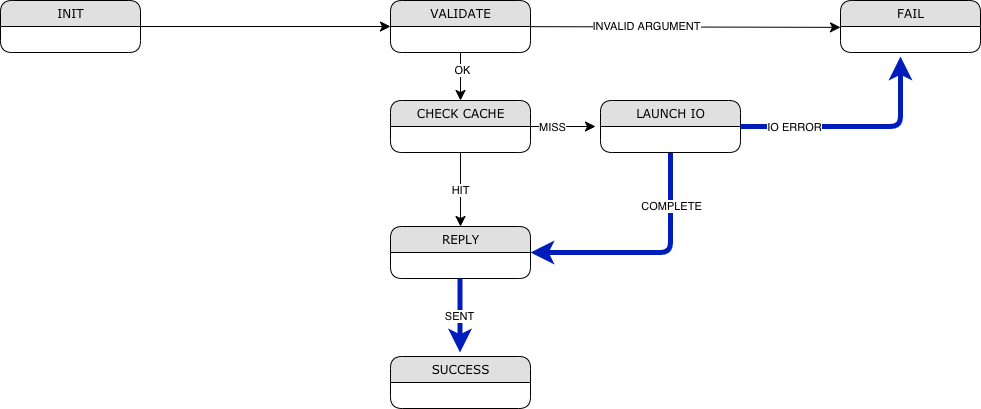
The draw.io diagram doc/sm/phase-diagram.png in Seagate/cortx-motr, before a commit. Source tidied: cells renumbered, new cells last; positions are measured from the earlier drawing's top-left corner, leaving out a move shared by most shapes. Its diagram source:
```xml
<mxGraphModel background="#ffffff">
  <root>
    <mxCell id="0" />
    <mxCell id="1" parent="0" />
    <mxCell id="2" style="edgeStyle=none;html=1;labelBackgroundColor=none;startFill=0;startSize=8;endFill=1;endSize=8;fontFamily=Verdana;fontSize=12;" parent="1" edge="1" target="7">
      <mxGeometry relative="1" as="geometry">
        <mxPoint x="140" y="26" as="sourcePoint" />
      </mxGeometry>
    </mxCell>
    <mxCell id="3" style="edgeStyle=none;html=1;labelBackgroundColor=none;startFill=0;startSize=8;endFill=1;endSize=8;fontFamily=Verdana;fontSize=12;" parent="1" edge="1" source="7">
      <mxGeometry relative="1" as="geometry">
        <mxPoint x="840" y="26.9" as="targetPoint" />
      </mxGeometry>
    </mxCell>
    <mxCell id="4" value="INVALID ARGUMENT" style="edgeLabel;html=1;align=center;verticalAlign=middle;" parent="3" vertex="1">
      <mxGeometry x="-0.26" y="1" relative="1" as="geometry" />
    </mxCell>
    <mxCell id="5" style="edgeStyle=none;html=1;labelBackgroundColor=none;startFill=0;startSize=8;endFill=1;endSize=8;fontFamily=Verdana;fontSize=12;" parent="1" edge="1" source="7" target="14">
      <mxGeometry relative="1" as="geometry" />
    </mxCell>
    <mxCell id="6" value="OK" style="edgeLabel;html=1;align=center;verticalAlign=middle;" parent="5" vertex="1">
      <mxGeometry x="-0.29" y="1" relative="1" as="geometry" />
    </mxCell>
    <mxCell id="7" value="VALIDATE" style="swimlane;html=1;fontStyle=0;horizontal=1;startSize=26;fillColor=#e0e0e0;swimlaneFillColor=#ffffff;align=center;rounded=1;shadow=0;comic=0;labelBackgroundColor=none;strokeWidth=1;fontFamily=Verdana;fontSize=12;" parent="1" vertex="1">
      <mxGeometry x="390" width="140" height="52" as="geometry" />
    </mxCell>
    <mxCell id="8" style="edgeStyle=orthogonalEdgeStyle;html=1;labelBackgroundColor=none;startFill=0;startSize=8;endFill=1;endSize=8;fontFamily=Verdana;fontSize=12;exitX=0.5;exitY=1;exitDx=0;exitDy=0;fontStyle=1;strokeWidth=5;fillColor=#0050ef;strokeColor=#001DBC;" parent="1" edge="1" source="15" target="16">
      <mxGeometry relative="1" as="geometry">
        <Array as="points">
          <mxPoint x="670" y="252" />
        </Array>
      </mxGeometry>
    </mxCell>
    <mxCell id="9" value="COMPLETE" style="edgeLabel;html=1;align=center;verticalAlign=middle;" parent="8" vertex="1">
      <mxGeometry x="-0.56" relative="1" as="geometry" />
    </mxCell>
    <mxCell id="10" style="edgeStyle=none;html=1;labelBackgroundColor=none;startFill=0;startSize=8;endFill=1;endSize=8;fontFamily=Verdana;fontSize=12;" parent="1" edge="1" source="14">
      <mxGeometry relative="1" as="geometry">
        <mxPoint x="595" y="126" as="targetPoint" />
      </mxGeometry>
    </mxCell>
    <mxCell id="11" value="MISS" style="edgeLabel;html=1;align=center;verticalAlign=middle;" parent="10" vertex="1">
      <mxGeometry x="-0.35" relative="1" as="geometry" />
    </mxCell>
    <mxCell id="12" style="edgeStyle=none;html=1;labelBackgroundColor=none;startFill=0;startSize=8;endFill=1;endSize=8;fontFamily=Verdana;fontSize=12;entryX=0.5;entryY=0;entryDx=0;entryDy=0;" parent="1" edge="1" source="14" target="16">
      <mxGeometry relative="1" as="geometry" />
    </mxCell>
    <mxCell id="13" value="HIT" style="edgeLabel;html=1;align=center;verticalAlign=middle;" parent="12" vertex="1">
      <mxGeometry x="-0.01" y="-1" relative="1" as="geometry" />
    </mxCell>
    <mxCell id="14" value="CHECK CACHE" style="swimlane;html=1;fontStyle=0;horizontal=1;startSize=26;fillColor=#e0e0e0;swimlaneFillColor=#ffffff;align=center;rounded=1;shadow=0;comic=0;labelBackgroundColor=none;strokeWidth=1;fontFamily=Verdana;fontSize=12;" parent="1" vertex="1">
      <mxGeometry x="390" y="100" width="140" height="52" as="geometry" />
    </mxCell>
    <mxCell id="15" value="LAUNCH IO" style="swimlane;html=1;fontStyle=0;horizontal=1;startSize=26;fillColor=#e0e0e0;swimlaneFillColor=#ffffff;align=center;rounded=1;shadow=0;comic=0;labelBackgroundColor=none;strokeWidth=1;fontFamily=Verdana;fontSize=12;" parent="1" vertex="1">
      <mxGeometry x="600" y="100" width="140" height="52" as="geometry" />
    </mxCell>
    <mxCell id="16" value="REPLY" style="swimlane;html=1;fontStyle=0;horizontal=1;startSize=26;fillColor=#e0e0e0;swimlaneFillColor=#ffffff;align=center;rounded=1;shadow=0;comic=0;labelBackgroundColor=none;strokeWidth=1;fontFamily=Verdana;fontSize=12;" parent="1" vertex="1">
      <mxGeometry x="390" y="226" width="140" height="52" as="geometry" />
    </mxCell>
    <mxCell id="17" style="edgeStyle=orthogonalEdgeStyle;html=1;labelBackgroundColor=none;startFill=0;startSize=8;endFill=1;endSize=8;fontFamily=Verdana;fontSize=12;exitX=1;exitY=0.5;exitDx=0;exitDy=0;fillColor=#0050ef;strokeWidth=5;strokeColor=#001DBC;" parent="1" edge="1" source="15">
      <mxGeometry relative="1" as="geometry">
        <mxPoint x="900" y="56" as="targetPoint" />
        <Array as="points">
          <mxPoint x="900" y="126" />
        </Array>
      </mxGeometry>
    </mxCell>
    <mxCell id="18" value="IO ERROR" style="edgeLabel;html=1;align=center;verticalAlign=middle;" parent="17" vertex="1">
      <mxGeometry x="-0.54" relative="1" as="geometry" />
    </mxCell>
    <mxCell id="19" value="INIT" style="swimlane;html=1;fontStyle=0;horizontal=1;startSize=26;fillColor=#e0e0e0;swimlaneFillColor=#ffffff;align=center;rounded=1;shadow=0;comic=0;labelBackgroundColor=none;strokeWidth=1;fontFamily=Verdana;fontSize=12;" parent="1" vertex="1">
      <mxGeometry width="140" height="52" as="geometry" />
    </mxCell>
    <mxCell id="20" value="FAIL" style="swimlane;html=1;fontStyle=0;horizontal=1;startSize=26;fillColor=#e0e0e0;swimlaneFillColor=#ffffff;align=center;rounded=1;shadow=0;comic=0;labelBackgroundColor=none;strokeWidth=1;fontFamily=Verdana;fontSize=12;" parent="1" vertex="1">
      <mxGeometry x="840" width="140" height="52" as="geometry" />
    </mxCell>
    <mxCell id="21" value="SUCCESS" style="swimlane;html=1;fontStyle=0;horizontal=1;startSize=26;fillColor=#e0e0e0;swimlaneFillColor=#ffffff;align=center;rounded=1;shadow=0;comic=0;labelBackgroundColor=none;strokeWidth=1;fontFamily=Verdana;fontSize=12;" parent="1" vertex="1">
      <mxGeometry x="390" y="356" width="140" height="52" as="geometry" />
    </mxCell>
    <mxCell id="22" style="edgeStyle=none;html=1;labelBackgroundColor=none;startFill=0;startSize=8;endFill=1;endSize=8;fontFamily=Verdana;fontSize=12;entryX=0.5;entryY=0;entryDx=0;entryDy=0;fillColor=#0050ef;strokeWidth=5;strokeColor=#001DBC;" parent="1" edge="1">
      <mxGeometry relative="1" as="geometry">
        <mxPoint x="459.5" y="278" as="sourcePoint" />
        <mxPoint x="459.5" y="352" as="targetPoint" />
      </mxGeometry>
    </mxCell>
    <mxCell id="23" value="SENT" style="edgeLabel;html=1;align=center;verticalAlign=middle;" parent="22" vertex="1">
      <mxGeometry x="-0.01" y="-1" relative="1" as="geometry" />
    </mxCell>
  </root>
</mxGraphModel>
```
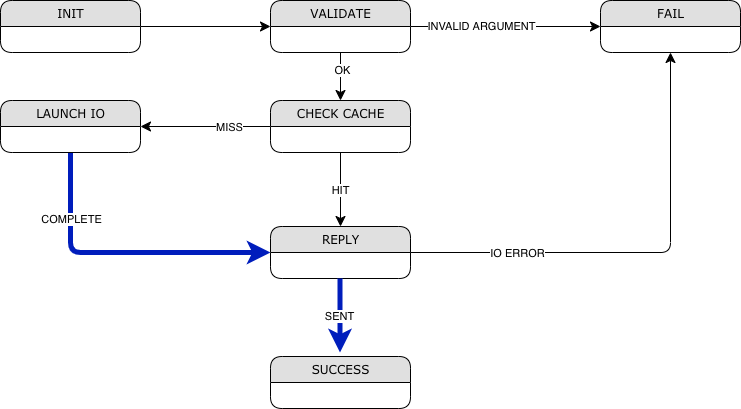
After the commit.

The edit, as a diff of the source:
```diff
@@ -2,15 +2,11 @@
   <root>
     <mxCell id="0" />
     <mxCell id="1" parent="0" />
-    <mxCell id="2" style="edgeStyle=none;html=1;labelBackgroundColor=none;startFill=0;startSize=8;endFill=1;endSize=8;fontFamily=Verdana;fontSize=12;" parent="1" edge="1" target="7">
-      <mxGeometry relative="1" as="geometry">
-        <mxPoint x="140" y="26" as="sourcePoint" />
-      </mxGeometry>
+    <mxCell id="2" style="edgeStyle=none;html=1;labelBackgroundColor=none;startFill=0;startSize=8;endFill=1;endSize=8;fontFamily=Verdana;fontSize=12;exitX=1;exitY=0.5;exitDx=0;exitDy=0;" parent="1" edge="1" source="19" target="7">
+      <mxGeometry relative="1" as="geometry" />
     </mxCell>
-    <mxCell id="3" style="edgeStyle=none;html=1;labelBackgroundColor=none;startFill=0;startSize=8;endFill=1;endSize=8;fontFamily=Verdana;fontSize=12;" parent="1" edge="1" source="7">
-      <mxGeometry relative="1" as="geometry">
-        <mxPoint x="840" y="26.9" as="targetPoint" />
-      </mxGeometry>
+    <mxCell id="3" style="edgeStyle=none;html=1;labelBackgroundColor=none;startFill=0;startSize=8;endFill=1;endSize=8;fontFamily=Verdana;fontSize=12;entryX=0;entryY=0.5;entryDx=0;entryDy=0;" parent="1" edge="1" source="7" target="20">
+      <mxGeometry relative="1" as="geometry" />
     </mxCell>
     <mxCell id="4" value="INVALID ARGUMENT" style="edgeLabel;html=1;align=center;verticalAlign=middle;" parent="3" vertex="1">
       <mxGeometry x="-0.26" y="1" relative="1" as="geometry" />
@@ -24,20 +20,18 @@
     <mxCell id="7" value="VALIDATE" style="swimlane;html=1;fontStyle=0;horizontal=1;startSize=26;fillColor=#e0e0e0;swimlaneFillColor=#ffffff;align=center;rounded=1;shadow=0;comic=0;labelBackgroundColor=none;strokeWidth=1;fontFamily=Verdana;fontSize=12;" parent="1" vertex="1">
       <mxGeometry x="390" width="140" height="52" as="geometry" />
     </mxCell>
-    <mxCell id="8" style="edgeStyle=orthogonalEdgeStyle;html=1;labelBackgroundColor=none;startFill=0;startSize=8;endFill=1;endSize=8;fontFamily=Verdana;fontSize=12;exitX=0.5;exitY=1;exitDx=0;exitDy=0;fontStyle=1;strokeWidth=5;fillColor=#0050ef;strokeColor=#001DBC;" parent="1" edge="1" source="15" target="16">
+    <mxCell id="8" style="edgeStyle=orthogonalEdgeStyle;html=1;labelBackgroundColor=none;startFill=0;startSize=8;endFill=1;endSize=8;fontFamily=Verdana;fontSize=12;exitX=0.5;exitY=1;exitDx=0;exitDy=0;fontStyle=1;strokeWidth=5;fillColor=#0050ef;strokeColor=#001DBC;entryX=0;entryY=0.5;entryDx=0;entryDy=0;" parent="1" edge="1" source="15" target="16">
       <mxGeometry relative="1" as="geometry">
         <Array as="points">
-          <mxPoint x="670" y="252" />
+          <mxPoint x="190" y="252" />
         </Array>
       </mxGeometry>
     </mxCell>
     <mxCell id="9" value="COMPLETE" style="edgeLabel;html=1;align=center;verticalAlign=middle;" parent="8" vertex="1">
       <mxGeometry x="-0.56" relative="1" as="geometry" />
     </mxCell>
-    <mxCell id="10" style="edgeStyle=none;html=1;labelBackgroundColor=none;startFill=0;startSize=8;endFill=1;endSize=8;fontFamily=Verdana;fontSize=12;" parent="1" edge="1" source="14">
-      <mxGeometry relative="1" as="geometry">
-        <mxPoint x="595" y="126" as="targetPoint" />
-      </mxGeometry>
+    <mxCell id="10" style="edgeStyle=none;html=1;labelBackgroundColor=none;startFill=0;startSize=8;endFill=1;endSize=8;fontFamily=Verdana;fontSize=12;entryX=1;entryY=0.5;entryDx=0;entryDy=0;" parent="1" edge="1" source="14" target="15">
+      <mxGeometry relative="1" as="geometry" />
     </mxCell>
     <mxCell id="11" value="MISS" style="edgeLabel;html=1;align=center;verticalAlign=middle;" parent="10" vertex="1">
       <mxGeometry x="-0.35" relative="1" as="geometry" />
@@ -52,16 +46,15 @@
       <mxGeometry x="390" y="100" width="140" height="52" as="geometry" />
     </mxCell>
     <mxCell id="15" value="LAUNCH IO" style="swimlane;html=1;fontStyle=0;horizontal=1;startSize=26;fillColor=#e0e0e0;swimlaneFillColor=#ffffff;align=center;rounded=1;shadow=0;comic=0;labelBackgroundColor=none;strokeWidth=1;fontFamily=Verdana;fontSize=12;" parent="1" vertex="1">
-      <mxGeometry x="600" y="100" width="140" height="52" as="geometry" />
+      <mxGeometry x="120" y="100" width="140" height="52" as="geometry" />
     </mxCell>
     <mxCell id="16" value="REPLY" style="swimlane;html=1;fontStyle=0;horizontal=1;startSize=26;fillColor=#e0e0e0;swimlaneFillColor=#ffffff;align=center;rounded=1;shadow=0;comic=0;labelBackgroundColor=none;strokeWidth=1;fontFamily=Verdana;fontSize=12;" parent="1" vertex="1">
       <mxGeometry x="390" y="226" width="140" height="52" as="geometry" />
     </mxCell>
-    <mxCell id="17" style="edgeStyle=orthogonalEdgeStyle;html=1;labelBackgroundColor=none;startFill=0;startSize=8;endFill=1;endSize=8;fontFamily=Verdana;fontSize=12;exitX=1;exitY=0.5;exitDx=0;exitDy=0;fillColor=#0050ef;strokeWidth=5;strokeColor=#001DBC;" parent="1" edge="1" source="15">
+    <mxCell id="17" style="edgeStyle=orthogonalEdgeStyle;html=1;labelBackgroundColor=none;startFill=0;startSize=8;endFill=1;endSize=8;fontFamily=Verdana;fontSize=12;exitX=1;exitY=0.5;exitDx=0;exitDy=0;strokeColor=#000000;entryX=0.5;entryY=1;entryDx=0;entryDy=0;" parent="1" edge="1" source="16" target="20">
       <mxGeometry relative="1" as="geometry">
-        <mxPoint x="900" y="56" as="targetPoint" />
         <Array as="points">
-          <mxPoint x="900" y="126" />
+          <mxPoint x="790" y="252" />
         </Array>
       </mxGeometry>
     </mxCell>
@@ -69,10 +62,10 @@
       <mxGeometry x="-0.54" relative="1" as="geometry" />
     </mxCell>
     <mxCell id="19" value="INIT" style="swimlane;html=1;fontStyle=0;horizontal=1;startSize=26;fillColor=#e0e0e0;swimlaneFillColor=#ffffff;align=center;rounded=1;shadow=0;comic=0;labelBackgroundColor=none;strokeWidth=1;fontFamily=Verdana;fontSize=12;" parent="1" vertex="1">
-      <mxGeometry width="140" height="52" as="geometry" />
+      <mxGeometry x="120" width="140" height="52" as="geometry" />
     </mxCell>
     <mxCell id="20" value="FAIL" style="swimlane;html=1;fontStyle=0;horizontal=1;startSize=26;fillColor=#e0e0e0;swimlaneFillColor=#ffffff;align=center;rounded=1;shadow=0;comic=0;labelBackgroundColor=none;strokeWidth=1;fontFamily=Verdana;fontSize=12;" parent="1" vertex="1">
-      <mxGeometry x="840" width="140" height="52" as="geometry" />
+      <mxGeometry x="720" width="140" height="52" as="geometry" />
     </mxCell>
     <mxCell id="21" value="SUCCESS" style="swimlane;html=1;fontStyle=0;horizontal=1;startSize=26;fillColor=#e0e0e0;swimlaneFillColor=#ffffff;align=center;rounded=1;shadow=0;comic=0;labelBackgroundColor=none;strokeWidth=1;fontFamily=Verdana;fontSize=12;" parent="1" vertex="1">
       <mxGeometry x="390" y="356" width="140" height="52" as="geometry" />
```
